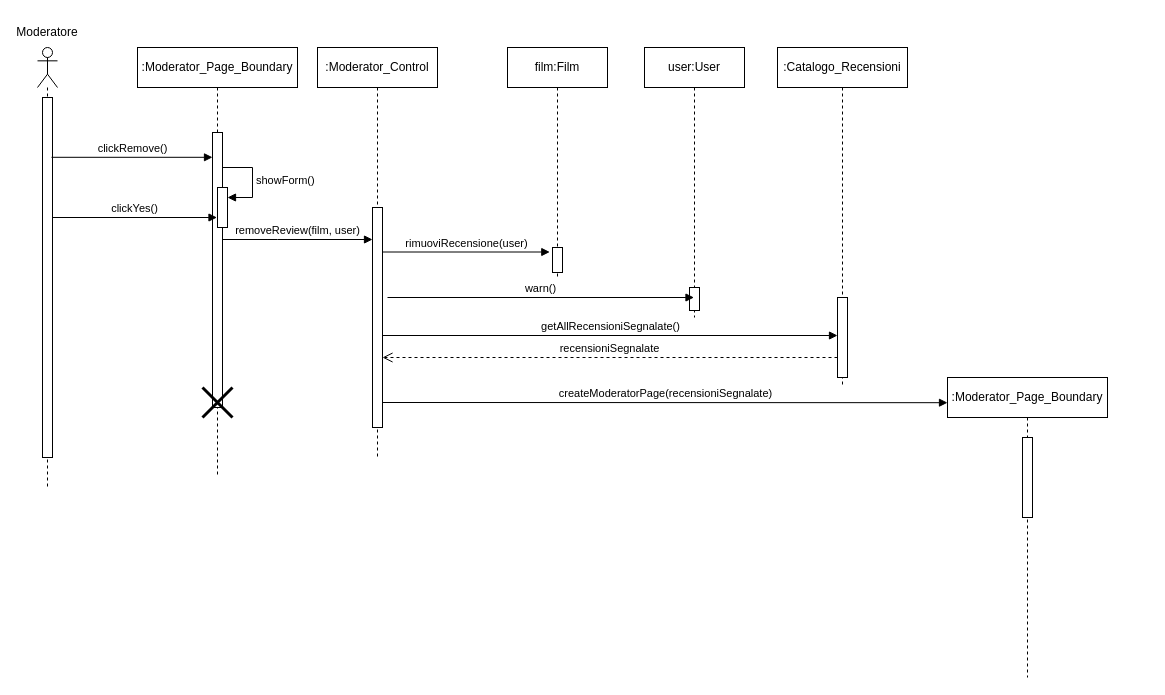
superfra01/Rated keeps this draw.io diagram as New Diagrams/Sequence Diagrams/UC19- Elimina recensione.drawio. Above is the earlier version. Source tidied: cells renumbered, new cells numbered last; positions are measured from the earlier drawing's top-left corner, leaving out a move shared by most shapes. Both pictures are drawn from the tidied source at 100%, with x=0, y=0 at pixel (17, 17).
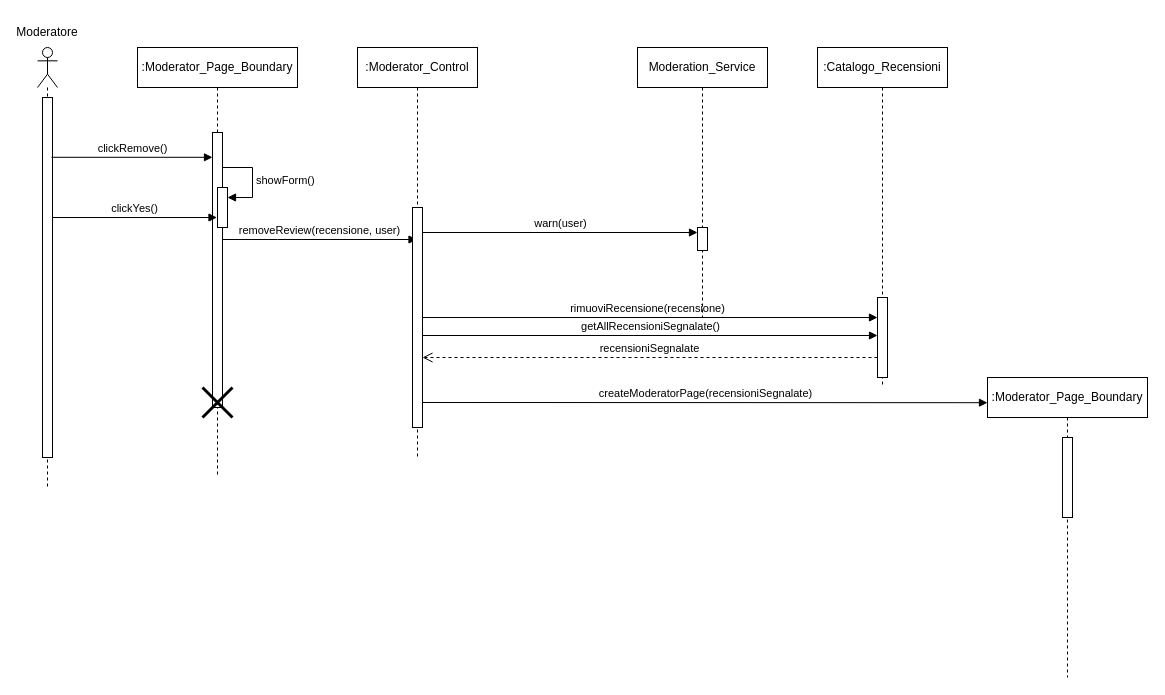
After the change.

The change refers to these unchanged cells:
```xml
<mxCell id="13" style="html=1;points=[[0,0,0,0,5],[0,1,0,0,-5],[1,0,0,0,5],[1,1,0,0,-5]];perimeter=orthogonalPerimeter;outlineConnect=0;targetShapes=umlLifeline;portConstraint=eastwest;newEdgeStyle={&quot;curved&quot;:0,&quot;rounded&quot;:0};" parent="12" vertex="1">
  <mxGeometry x="55" y="160" width="10" height="220" as="geometry" />
</mxCell>
<mxCell id="19" style="html=1;points=[[0,0,0,0,5],[0,1,0,0,-5],[1,0,0,0,5],[1,1,0,0,-5]];perimeter=orthogonalPerimeter;outlineConnect=0;targetShapes=umlLifeline;portConstraint=eastwest;newEdgeStyle={&quot;curved&quot;:0,&quot;rounded&quot;:0};" parent="18" vertex="1">
  <mxGeometry x="60" y="250" width="10" height="80" as="geometry" />
</mxCell>
```

Diff of the diagram source:
```diff
@@
-    <mxCell id="11" value="removeReview(film, user)" style="html=1;verticalAlign=bottom;endArrow=block;curved=0;rounded=0;" parent="1" edge="1">
+    <mxCell id="11" value="removeReview(recensione, user)" style="html=1;verticalAlign=bottom;endArrow=block;curved=0;rounded=0;" parent="1" edge="1" target="12">
       <mxGeometry relative="1" as="geometry">
         <mxPoint x="205" y="222" as="sourcePoint" />
-        <mxPoint x="355" y="222" as="targetPoint" />
         <Array as="points">
           <mxPoint x="260" y="222" />
         </Array>
       </mxGeometry>
     </mxCell>
     <mxCell id="12" value=":Moderator_Control" style="shape=umlLifeline;perimeter=lifelinePerimeter;whiteSpace=wrap;html=1;outlineConnect=0;portConstraint=eastwest;newEdgeStyle={&quot;curved&quot;:0,&quot;rounded&quot;:0};" parent="1" vertex="1">
-      <mxGeometry x="300" y="30" width="120" height="410" as="geometry" />
+      <mxGeometry x="340" y="30" width="120" height="410" as="geometry" />
     </mxCell>
@@
-    <mxCell id="14" value="rimuoviRecensione(user)" style="html=1;verticalAlign=bottom;endArrow=block;curved=0;rounded=0;entryX=-0.267;entryY=0.238;entryDx=0;entryDy=0;entryPerimeter=0;" parent="1" edge="1">
-      <mxGeometry relative="1" as="geometry">
-        <mxPoint x="365" y="234.5" as="sourcePoint" />
-        <mxPoint x="532.3" y="234.5" as="targetPoint" />
-      </mxGeometry>
+    <mxCell id="14" value="rimuoviRecensione(recensione)" style="html=1;verticalAlign=bottom;endArrow=block;curved=0;rounded=0;" parent="1" edge="1" source="13" target="19">
+      <mxGeometry x="-0.01" relative="1" as="geometry" />
     </mxCell>
-    <mxCell id="15" value="film:Film" style="shape=umlLifeline;perimeter=lifelinePerimeter;whiteSpace=wrap;html=1;newEdgeStyle={&quot;curved&quot;:0,&quot;rounded&quot;:0};" parent="1" vertex="1">
-      <mxGeometry x="490" y="30" width="100" height="230" as="geometry" />
-    </mxCell>
-    <mxCell id="16" style="html=1;perimeter=orthogonalPerimeter;targetShapes=umlLifeline;newEdgeStyle={&quot;curved&quot;:0,&quot;rounded&quot;:0};" parent="15" vertex="1">
-      <mxGeometry x="45" y="200" width="10" height="25" as="geometry" />
-    </mxCell>
     <mxCell id="17" value="getAllRecensioniSegnalate()" style="html=1;verticalAlign=bottom;endArrow=block;curved=0;rounded=0;" parent="1" edge="1">
       <mxGeometry relative="1" as="geometry">
-        <mxPoint x="365" y="318" as="sourcePoint" />
-        <mxPoint x="820" y="318" as="targetPoint" />
+        <mxPoint x="405" y="318" as="sourcePoint" />
+        <mxPoint x="860" y="318" as="targetPoint" />
       </mxGeometry>
     </mxCell>
     <mxCell id="18" value=":Catalogo_Recensioni" style="shape=umlLifeline;perimeter=lifelinePerimeter;whiteSpace=wrap;html=1;newEdgeStyle={&quot;curved&quot;:0,&quot;rounded&quot;:0};" parent="1" vertex="1">
-      <mxGeometry x="760" y="30" width="130" height="340" as="geometry" />
+      <mxGeometry x="800" y="30" width="130" height="340" as="geometry" />
     </mxCell>
@@
     <mxCell id="20" value="recensioniSegnalate" style="html=1;verticalAlign=bottom;endArrow=open;dashed=1;endSize=8;curved=0;rounded=0;" parent="1" edge="1">
       <mxGeometry relative="1" as="geometry">
-        <mxPoint x="820" y="340" as="sourcePoint" />
-        <mxPoint x="365" y="340" as="targetPoint" />
+        <mxPoint x="860" y="340" as="sourcePoint" />
+        <mxPoint x="405" y="340" as="targetPoint" />
       </mxGeometry>
     </mxCell>
     <mxCell id="21" value=":Moderator_Page_Boundary" style="shape=umlLifeline;perimeter=lifelinePerimeter;whiteSpace=wrap;html=1;outlineConnect=0;portConstraint=eastwest;newEdgeStyle={&quot;curved&quot;:0,&quot;rounded&quot;:0};" parent="1" vertex="1">
-      <mxGeometry x="930" y="360" width="160" height="300" as="geometry" />
+      <mxGeometry x="970" y="360" width="160" height="300" as="geometry" />
     </mxCell>
@@
     <mxCell id="23" value="createModeratorPage(recensioniSegnalate)" style="html=1;verticalAlign=bottom;endArrow=block;curved=0;rounded=0;entryX=0;entryY=0.084;entryDx=0;entryDy=0;entryPerimeter=0;" parent="1" edge="1" target="21">
       <mxGeometry relative="1" as="geometry">
-        <mxPoint x="365" y="385" as="sourcePoint" />
+        <mxPoint x="405" y="385" as="sourcePoint" />
       </mxGeometry>
     </mxCell>
@@
-    <mxCell id="25" value="user:User" style="shape=umlLifeline;perimeter=lifelinePerimeter;whiteSpace=wrap;html=1;outlineConnect=0;portConstraint=eastwest;newEdgeStyle={&quot;curved&quot;:0,&quot;rounded&quot;:0};" parent="1" vertex="1">
-      <mxGeometry x="627" y="30" width="100" height="270" as="geometry" />
+    <mxCell id="25" value="Moderation_Service" style="shape=umlLifeline;perimeter=lifelinePerimeter;whiteSpace=wrap;html=1;outlineConnect=0;portConstraint=eastwest;newEdgeStyle={&quot;curved&quot;:0,&quot;rounded&quot;:0};" parent="1" vertex="1">
+      <mxGeometry x="620" y="30" width="130" height="270" as="geometry" />
     </mxCell>
     <mxCell id="26" style="html=1;points=[[0,0,0,0,5],[0,1,0,0,-5],[1,0,0,0,5],[1,1,0,0,-5]];perimeter=orthogonalPerimeter;outlineConnect=0;targetShapes=umlLifeline;portConstraint=eastwest;newEdgeStyle={&quot;curved&quot;:0,&quot;rounded&quot;:0};" parent="25" vertex="1">
-      <mxGeometry x="45" y="240" width="10" height="23" as="geometry" />
+      <mxGeometry x="60" y="180" width="10" height="23" as="geometry" />
     </mxCell>
-    <mxCell id="27" value="warn()" style="html=1;verticalAlign=bottom;endArrow=block;curved=0;rounded=0;" parent="1" edge="1" target="25">
-      <mxGeometry relative="1" as="geometry">
-        <mxPoint x="370" y="280" as="sourcePoint" />
-      </mxGeometry>
+    <mxCell id="27" value="warn(user)" style="html=1;verticalAlign=bottom;endArrow=block;curved=0;rounded=0;entryX=0;entryY=0;entryDx=0;entryDy=5;entryPerimeter=0;" parent="1" edge="1" source="13" target="26">
+      <mxGeometry relative="1" as="geometry" />
     </mxCell>
```
